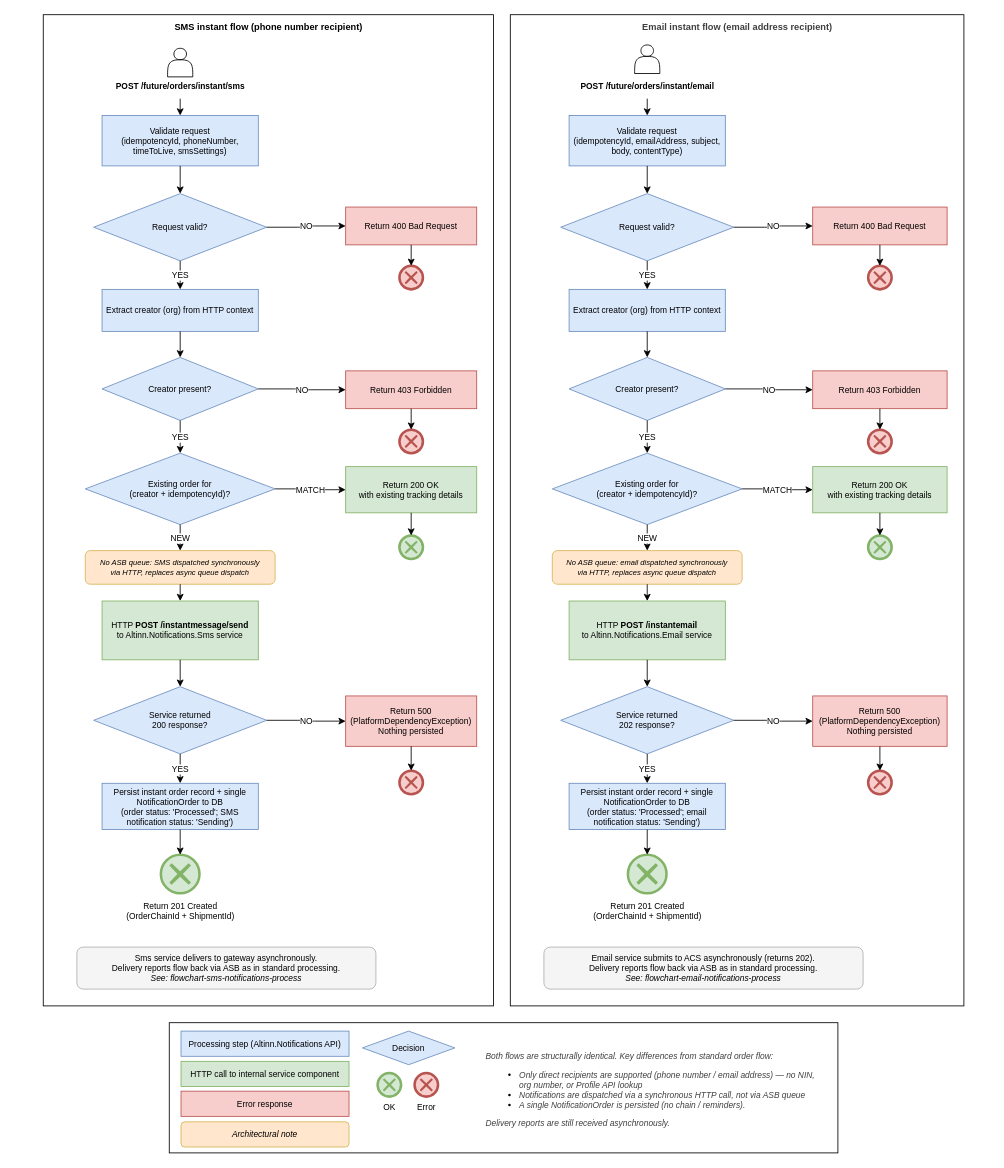
Earlier version of the draw.io diagram docs/architecture/diagrams/flowchart-instant-notifications-process.drawio (Altinn/altinn-notifications). Source tidied: cells renumbered, new cells numbered last; positions are measured from the earlier drawing's top-left corner, leaving out a move shared by most shapes. Both pictures are drawn from the tidied source at 84%, with x=0, y=0 at pixel (43, 14).
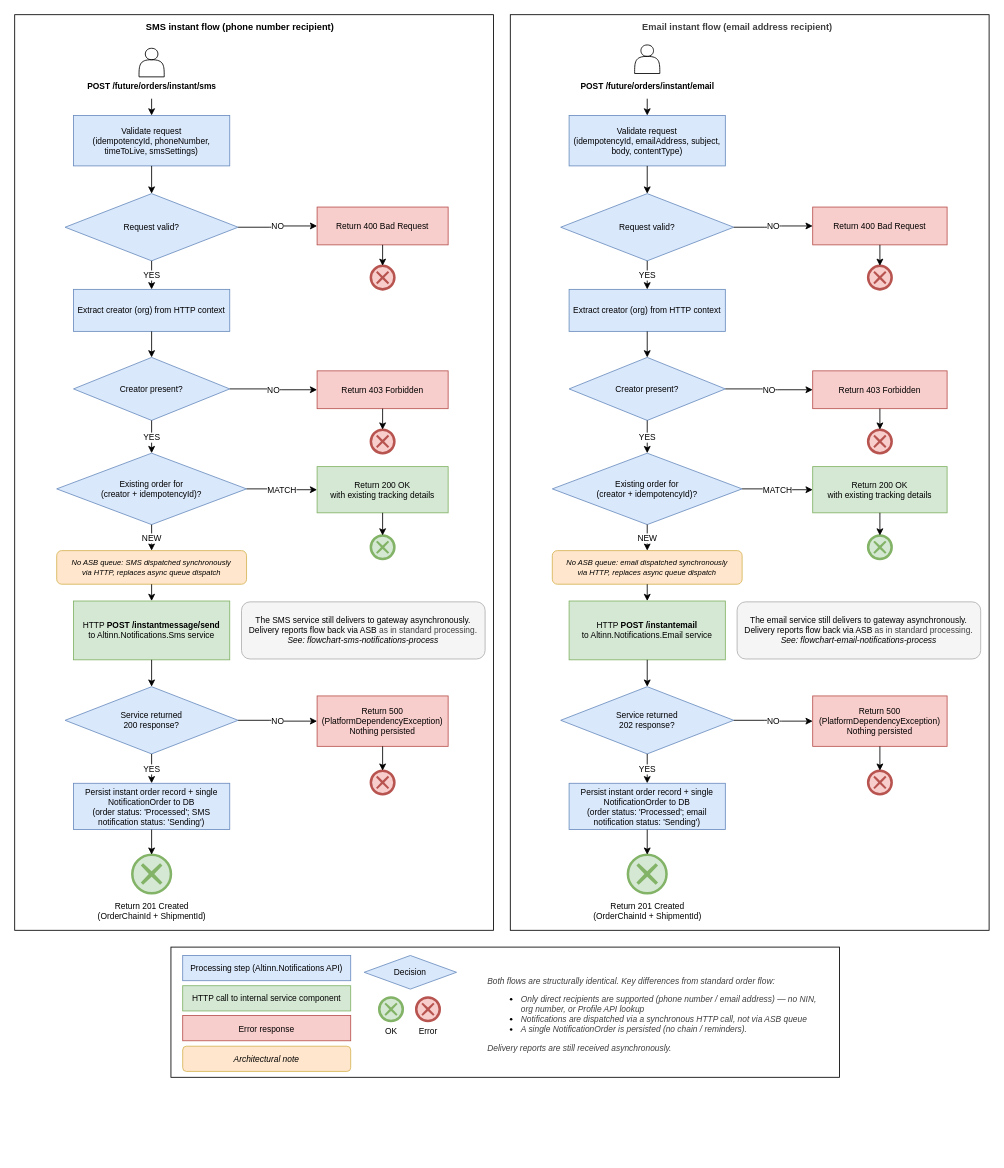
The same diagram, later.

Commit message (it also covers changes not shown here):
Move comment for instant processing after handoff

What changed in the source:
```diff
@@
     <mxCell id="2" style="rounded=0;whiteSpace=wrap;html=1;" parent="1" vertex="1">
-      <mxGeometry width="536" height="1180" as="geometry" />
+      <mxGeometry x="-34" width="570" height="1090" as="geometry" />
     </mxCell>
     <mxCell id="3" style="rounded=0;whiteSpace=wrap;html=1;" parent="1" vertex="1">
-      <mxGeometry x="556" width="540" height="1180" as="geometry" />
+      <mxGeometry x="556" width="570" height="1090" as="geometry" />
     </mxCell>
     <mxCell id="4" style="rounded=0;whiteSpace=wrap;html=1;labelBackgroundColor=none;" parent="1" vertex="1">
-      <mxGeometry x="150" y="1200" width="796" height="155" as="geometry" />
+      <mxGeometry x="152" y="1110" width="796" height="155" as="geometry" />
     </mxCell>
     <mxCell id="5" value="&lt;font&gt;SMS instant flow (phone number recipient)&lt;/font&gt;" style="text;html=1;align=center;verticalAlign=middle;strokeColor=none;fillColor=none;fontSize=11;fontStyle=1;" parent="1" vertex="1">
-      <mxGeometry x="180" width="176" height="30" as="geometry" />
+      <mxGeometry x="146" width="176" height="30" as="geometry" />
     </mxCell>
@@
     <mxCell id="7" value="Processing step (Altinn.Notifications API)" style="rounded=0;whiteSpace=wrap;html=1;fillColor=#dae8fc;strokeColor=#6c8ebf;fontSize=10;" parent="1" vertex="1">
-      <mxGeometry x="164" y="1210" width="200" height="30" as="geometry" />
+      <mxGeometry x="166" y="1120" width="200" height="30" as="geometry" />
     </mxCell>
     <mxCell id="8" value="HTTP call to internal service component" style="rounded=0;whiteSpace=wrap;html=1;fillColor=#d5e8d4;strokeColor=#82b366;fontSize=10;" parent="1" vertex="1">
-      <mxGeometry x="164" y="1246" width="200" height="30" as="geometry" />
+      <mxGeometry x="166" y="1156" width="200" height="30" as="geometry" />
     </mxCell>
     <mxCell id="9" value="Error response" style="rounded=0;whiteSpace=wrap;html=1;fillColor=#f8cecc;strokeColor=#b85450;fontSize=10;" parent="1" vertex="1">
-      <mxGeometry x="164" y="1281.5" width="200" height="30" as="geometry" />
+      <mxGeometry x="166" y="1191.5" width="200" height="30" as="geometry" />
     </mxCell>
     <mxCell id="10" value="Architectural note" style="rounded=1;whiteSpace=wrap;html=1;fillColor=#ffe6cc;strokeColor=#d6b656;fontSize=10;fontStyle=2;" parent="1" vertex="1">
-      <mxGeometry x="164" y="1318" width="200" height="30" as="geometry" />
+      <mxGeometry x="166" y="1228" width="200" height="30" as="geometry" />
     </mxCell>
     <mxCell id="11" value="Decision" style="rhombus;whiteSpace=wrap;html=1;fontSize=10;fillColor=#dae8fc;strokeColor=#6c8ebf;" parent="1" vertex="1">
-      <mxGeometry x="380" y="1210" width="110" height="40" as="geometry" />
+      <mxGeometry x="382" y="1120" width="110" height="40" as="geometry" />
     </mxCell>
     <mxCell id="12" value="OK" style="shape=mxgraph.bpmn.event;html=1;verticalLabelPosition=bottom;labelBackgroundColor=none;verticalAlign=top;align=center;perimeter=ellipsePerimeter;outline=end;symbol=cancel;fillColor=#d5e8d4;strokeColor=#82b366;fontSize=10;" parent="1" vertex="1">
-      <mxGeometry x="398" y="1260" width="28" height="28" as="geometry" />
+      <mxGeometry x="400" y="1170" width="28" height="28" as="geometry" />
     </mxCell>
     <mxCell id="13" value="Error" style="shape=mxgraph.bpmn.event;html=1;verticalLabelPosition=bottom;labelBackgroundColor=none;verticalAlign=top;align=center;perimeter=ellipsePerimeter;outline=end;symbol=cancel;fillColor=#f8cecc;strokeColor=#b85450;fontSize=10;" parent="1" vertex="1">
-      <mxGeometry x="442" y="1260" width="28" height="28" as="geometry" />
+      <mxGeometry x="444" y="1170" width="28" height="28" as="geometry" />
     </mxCell>
     <mxCell id="14" value="&lt;i style=&quot;color: rgb(63, 63, 63); background-color: transparent;&quot;&gt;Both flows are structurally identical. Key differences from standard order flow:&lt;/i&gt;&lt;br&gt;&lt;ul&gt;&lt;li&gt;&lt;i style=&quot;color: rgb(63, 63, 63); background-color: transparent;&quot;&gt;Only direct recipients are supported (phone number / email address) —&amp;nbsp;&lt;/i&gt;&lt;i style=&quot;background-color: transparent; color: rgb(63, 63, 63);&quot;&gt;no NIN, org number, or Profile API lookup&lt;/i&gt;&lt;/li&gt;&lt;li&gt;&lt;i style=&quot;color: rgb(63, 63, 63); background-color: transparent;&quot;&gt;Notifications are dispatched via a synchronous HTTP call, not via ASB queue&lt;/i&gt;&lt;/li&gt;&lt;li&gt;&lt;i style=&quot;color: rgb(63, 63, 63); background-color: transparent;&quot;&gt;A single NotificationOrder is persisted (no chain / reminders).&amp;nbsp;&lt;/i&gt;&lt;/li&gt;&lt;/ul&gt;&lt;i style=&quot;background-color: transparent; color: rgb(63, 63, 63);&quot;&gt;&lt;i style=&quot;background-color: transparent; color: rgb(63, 63, 63);&quot;&gt;Delivery reports are still received asynchronously.&lt;/i&gt;&lt;/i&gt;" style="rounded=1;whiteSpace=wrap;html=1;fontSize=10;align=left;spacingLeft=5;spacingRight=5;strokeColor=none;" parent="1" vertex="1">
-      <mxGeometry x="520" y="1210" width="412" height="140" as="geometry" />
+      <mxGeometry x="522" y="1120" width="412" height="140" as="geometry" />
     </mxCell>
     <mxCell id="15" value="Validate request&lt;br&gt;(idempotencyId, phoneNumber, timeToLive, smsSettings)" style="rounded=0;whiteSpace=wrap;html=1;fillColor=#dae8fc;strokeColor=#6c8ebf;fontSize=10;" parent="1" vertex="1">
-      <mxGeometry x="70" y="120" width="186" height="60" as="geometry" />
+      <mxGeometry x="36" y="120" width="186" height="60" as="geometry" />
     </mxCell>
     <mxCell id="16" value="Request valid?" style="rhombus;whiteSpace=wrap;html=1;fontSize=10;fillColor=#dae8fc;strokeColor=#6c8ebf;" parent="1" vertex="1">
-      <mxGeometry x="60" y="213" width="206" height="80" as="geometry" />
+      <mxGeometry x="26" y="213" width="206" height="80" as="geometry" />
     </mxCell>
     <mxCell id="17" value="Return 400 Bad Request" style="rounded=0;whiteSpace=wrap;html=1;fillColor=#f8cecc;strokeColor=#b85450;fontSize=10;" parent="1" vertex="1">
-      <mxGeometry x="360" y="229" width="156" height="45" as="geometry" />
+      <mxGeometry x="326" y="229" width="156" height="45" as="geometry" />
     </mxCell>
     <mxCell id="18" style="points=[[0.145,0.145,0],[0.5,0,0],[0.855,0.145,0],[1,0.5,0],[0.855,0.855,0],[0.5,1,0],[0.145,0.855,0],[0,0.5,0]];shape=mxgraph.bpmn.event;html=1;perimeter=ellipsePerimeter;outline=end;symbol=cancel;fillColor=#f8cecc;strokeColor=#b85450;" parent="1" vertex="1">
-      <mxGeometry x="424" y="299" width="28" height="28" as="geometry" />
+      <mxGeometry x="390" y="299" width="28" height="28" as="geometry" />
     </mxCell>
     <mxCell id="19" value="Extract creator (org) from HTTP context" style="rounded=0;whiteSpace=wrap;html=1;fillColor=#dae8fc;strokeColor=#6c8ebf;fontSize=10;" parent="1" vertex="1">
-      <mxGeometry x="70" y="327" width="186" height="50" as="geometry" />
+      <mxGeometry x="36" y="327" width="186" height="50" as="geometry" />
     </mxCell>
     <mxCell id="20" value="Creator present?" style="rhombus;whiteSpace=wrap;html=1;fontSize=10;fillColor=#dae8fc;strokeColor=#6c8ebf;" parent="1" vertex="1">
-      <mxGeometry x="70" y="408" width="186" height="75" as="geometry" />
+      <mxGeometry x="36" y="408" width="186" height="75" as="geometry" />
     </mxCell>
     <mxCell id="21" value="Return 403 Forbidden" style="rounded=0;whiteSpace=wrap;html=1;fillColor=#f8cecc;strokeColor=#b85450;fontSize=10;" parent="1" vertex="1">
-      <mxGeometry x="360" y="424" width="156" height="45" as="geometry" />
+      <mxGeometry x="326" y="424" width="156" height="45" as="geometry" />
     </mxCell>
     <mxCell id="22" style="points=[[0.145,0.145,0],[0.5,0,0],[0.855,0.145,0],[1,0.5,0],[0.855,0.855,0],[0.5,1,0],[0.145,0.855,0],[0,0.5,0]];shape=mxgraph.bpmn.event;html=1;perimeter=ellipsePerimeter;outline=end;symbol=cancel;fillColor=#f8cecc;strokeColor=#b85450;" parent="1" vertex="1">
-      <mxGeometry x="424" y="494" width="28" height="28" as="geometry" />
+      <mxGeometry x="390" y="494" width="28" height="28" as="geometry" />
     </mxCell>
     <mxCell id="23" value="Existing order for&lt;br&gt;(creator + idempotencyId)?" style="rhombus;whiteSpace=wrap;html=1;fontSize=10;fillColor=#dae8fc;strokeColor=#6c8ebf;" parent="1" vertex="1">
-      <mxGeometry x="50" y="522" width="226" height="85" as="geometry" />
+      <mxGeometry x="16" y="522" width="226" height="85" as="geometry" />
     </mxCell>
     <mxCell id="24" value="Return 200 OK&lt;br&gt;with existing tracking details" style="rounded=0;whiteSpace=wrap;html=1;fillColor=#d5e8d4;strokeColor=#82b366;fontSize=10;" parent="1" vertex="1">
-      <mxGeometry x="360" y="538" width="156" height="55" as="geometry" />
+      <mxGeometry x="326" y="538" width="156" height="55" as="geometry" />
     </mxCell>
     <mxCell id="25" style="points=[[0.145,0.145,0],[0.5,0,0],[0.855,0.145,0],[1,0.5,0],[0.855,0.855,0],[0.5,1,0],[0.145,0.855,0],[0,0.5,0]];shape=mxgraph.bpmn.event;html=1;perimeter=ellipsePerimeter;outline=end;symbol=cancel;fillColor=#d5e8d4;strokeColor=#82b366;" parent="1" vertex="1">
-      <mxGeometry x="424" y="620" width="28" height="28" as="geometry" />
+      <mxGeometry x="390" y="620" width="28" height="28" as="geometry" />
     </mxCell>
     <mxCell id="26" value="&lt;i&gt;No ASB queue: SMS dispatched synchronously&lt;br&gt;via HTTP, replaces async queue dispatch&lt;/i&gt;" style="rounded=1;whiteSpace=wrap;html=1;fillColor=#ffe6cc;strokeColor=#d6b656;fontSize=9;fontStyle=2;" parent="1" vertex="1">
-      <mxGeometry x="50" y="638" width="226" height="40" as="geometry" />
+      <mxGeometry x="16" y="638" width="226" height="40" as="geometry" />
     </mxCell>
     <mxCell id="27" value="HTTP &lt;b&gt;POST /instantmessage/send&lt;/b&gt;&lt;br&gt;to Altinn.Notifications.Sms service" style="rounded=0;whiteSpace=wrap;html=1;fillColor=#d5e8d4;strokeColor=#82b366;fontSize=10;" parent="1" vertex="1">
-      <mxGeometry x="70" y="698" width="186" height="70" as="geometry" />
+      <mxGeometry x="36" y="698" width="186" height="70" as="geometry" />
     </mxCell>
     <mxCell id="28" value="Service returned&lt;br&gt;200 response?" style="rhombus;whiteSpace=wrap;html=1;fontSize=10;fillColor=#dae8fc;strokeColor=#6c8ebf;" parent="1" vertex="1">
-      <mxGeometry x="60" y="800" width="206" height="80" as="geometry" />
+      <mxGeometry x="26" y="800" width="206" height="80" as="geometry" />
     </mxCell>
     <mxCell id="29" value="Return 500&lt;br&gt;(PlatformDependencyException)&lt;br&gt;Nothing persisted" style="rounded=0;whiteSpace=wrap;html=1;fillColor=#f8cecc;strokeColor=#b85450;fontSize=10;" parent="1" vertex="1">
-      <mxGeometry x="360" y="811" width="156" height="60" as="geometry" />
+      <mxGeometry x="326" y="811" width="156" height="60" as="geometry" />
     </mxCell>
     <mxCell id="30" style="points=[[0.145,0.145,0],[0.5,0,0],[0.855,0.145,0],[1,0.5,0],[0.855,0.855,0],[0.5,1,0],[0.145,0.855,0],[0,0.5,0]];shape=mxgraph.bpmn.event;html=1;perimeter=ellipsePerimeter;outline=end;symbol=cancel;fillColor=#f8cecc;strokeColor=#b85450;" parent="1" vertex="1">
-      <mxGeometry x="424" y="900" width="28" height="28" as="geometry" />
+      <mxGeometry x="390" y="900" width="28" height="28" as="geometry" />
     </mxCell>
     <mxCell id="31" value="Persist instant order record + single NotificationOrder to DB&lt;br&gt;(order status: 'Processed'; SMS notification status: 'Sending')" style="rounded=0;whiteSpace=wrap;html=1;fillColor=#dae8fc;strokeColor=#6c8ebf;fontSize=10;" parent="1" vertex="1">
-      <mxGeometry x="70" y="915" width="186" height="55" as="geometry" />
+      <mxGeometry x="36" y="915" width="186" height="55" as="geometry" />
     </mxCell>
     <mxCell id="32" style="points=[[0.145,0.145,0],[0.5,0,0],[0.855,0.145,0],[1,0.5,0],[0.855,0.855,0],[0.5,1,0],[0.145,0.855,0],[0,0.5,0]];shape=mxgraph.bpmn.event;html=1;perimeter=ellipsePerimeter;outline=end;symbol=cancel;fillColor=#d5e8d4;strokeColor=#82b366;" parent="1" vertex="1">
-      <mxGeometry x="140" y="1000" width="46" height="46" as="geometry" />
+      <mxGeometry x="106" y="1000" width="46" height="46" as="geometry" />
     </mxCell>
     <mxCell id="33" value="Return 201 Created&lt;br&gt;(OrderChainId + ShipmentId)" style="text;html=1;align=center;verticalAlign=middle;strokeColor=none;fillColor=none;fontSize=10;" parent="1" vertex="1">
-      <mxGeometry x="40" y="1052" width="246" height="30" as="geometry" />
+      <mxGeometry x="6" y="1052" width="246" height="30" as="geometry" />
     </mxCell>
-    <mxCell id="34" value="&lt;font&gt;Sms service delivers to gateway asynchronously.&lt;br&gt;Delivery reports flow back via ASB as in standard processing.&lt;br&gt;&lt;i&gt;See: flowchart-sms-notifications-process&lt;/i&gt;&lt;/font&gt;" style="rounded=1;whiteSpace=wrap;html=1;fillColor=#f5f5f5;strokeColor=#b0b0b0;fontSize=10;" parent="1" vertex="1">
-      <mxGeometry x="40" y="1110" width="356" height="50" as="geometry" />
+    <mxCell id="34" value="&lt;font&gt;The SMS service still delivers to gateway asynchronously.&lt;br&gt;Delivery reports flow back via ASB&amp;nbsp;&lt;/font&gt;&lt;font style=&quot;color: rgb(63, 63, 63); background-color: transparent;&quot;&gt;as in&amp;nbsp;&lt;/font&gt;&lt;font style=&quot;background-color: transparent; color: rgb(63, 63, 63);&quot;&gt;standard&amp;nbsp;&lt;/font&gt;&lt;span style=&quot;background-color: transparent; color: rgb(63, 63, 63);&quot;&gt;processing.&lt;/span&gt;&lt;div&gt;&lt;div&gt;&lt;div&gt;&lt;font&gt;&lt;i&gt;See: flowchart-sms-notifications-process&lt;/i&gt;&lt;/font&gt;&lt;/div&gt;&lt;/div&gt;&lt;/div&gt;" style="rounded=1;whiteSpace=wrap;html=1;fillColor=#f5f5f5;strokeColor=#b0b0b0;fontSize=10;" parent="1" vertex="1">
+      <mxGeometry x="236" y="699" width="290" height="68" as="geometry" />
     </mxCell>
@@
-    <mxCell id="72" value="&lt;font&gt;Email service submits to ACS asynchronously (returns 202).&lt;br&gt;Delivery reports flow back via ASB as in standard processing.&lt;br&gt;&lt;i&gt;See: flowchart-email-notifications-process&lt;/i&gt;&lt;/font&gt;" style="rounded=1;whiteSpace=wrap;html=1;fillColor=#f5f5f5;strokeColor=#b0b0b0;fontSize=10;" parent="1" vertex="1">
-      <mxGeometry x="596" y="1110" width="380" height="50" as="geometry" />
-    </mxCell>
@@
     <mxCell id="91" style="shape=actor;whiteSpace=wrap;html=1;" parent="1" vertex="1">
-      <mxGeometry x="148" y="40" width="30" height="34" as="geometry" />
+      <mxGeometry x="114" y="40" width="30" height="34" as="geometry" />
     </mxCell>
@@
     <mxCell id="94" value="&lt;div&gt;&lt;font style=&quot;font-size: 10px;&quot;&gt;POST /future/orders/instant/sms&lt;/font&gt;&lt;/div&gt;" style="text;html=1;align=center;verticalAlign=middle;strokeColor=none;fillColor=none;fontSize=10;fontStyle=1;" parent="1" vertex="1">
-      <mxGeometry x="70" y="70" width="186" height="30" as="geometry" />
+      <mxGeometry x="36" y="70" width="186" height="30" as="geometry" />
     </mxCell>
+    <mxCell id="95" value="&lt;font&gt;The email service still delivers to gateway asynchronously.&lt;br&gt;Delivery reports flow back via ASB&amp;nbsp;&lt;/font&gt;&lt;font style=&quot;color: rgb(63, 63, 63); background-color: transparent;&quot;&gt;as in&amp;nbsp;&lt;/font&gt;&lt;font style=&quot;background-color: transparent; color: rgb(63, 63, 63);&quot;&gt;standard&amp;nbsp;&lt;/font&gt;&lt;span style=&quot;background-color: transparent; color: rgb(63, 63, 63);&quot;&gt;processing.&lt;/span&gt;&lt;div&gt;&lt;div&gt;&lt;div&gt;&lt;font&gt;&lt;i&gt;See: flowchart-email-notifications-process&lt;/i&gt;&lt;/font&gt;&lt;/div&gt;&lt;/div&gt;&lt;/div&gt;" style="rounded=1;whiteSpace=wrap;html=1;fillColor=#f5f5f5;strokeColor=#b0b0b0;fontSize=10;" parent="1" vertex="1">
+      <mxGeometry x="826" y="699" width="290" height="68" as="geometry" />
+    </mxCell>
```
